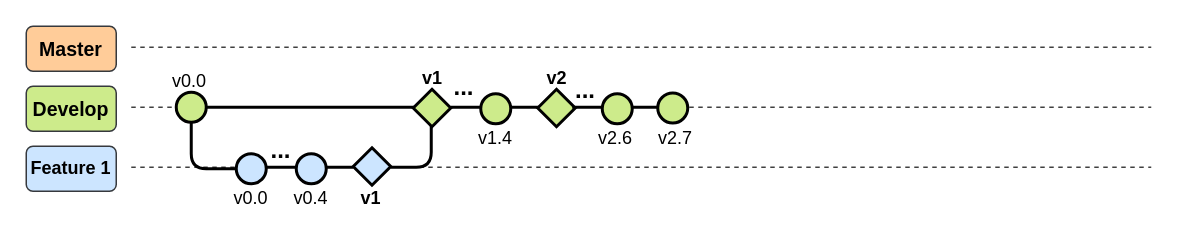
Earlier version of the draw.io diagram page "Develop" (2 of 3) of 03_ImagenesRepo/01_GitFlow.drawio (LEOSZ8/Tesis_Msc_LSZ). Source tidied: cells renumbered, new cells numbered last; positions are measured from the earlier drawing's top-left corner, leaving out a move shared by most shapes. Both pictures are drawn from the tidied source at 150%, with x=0, y=0 at pixel (26, 26).
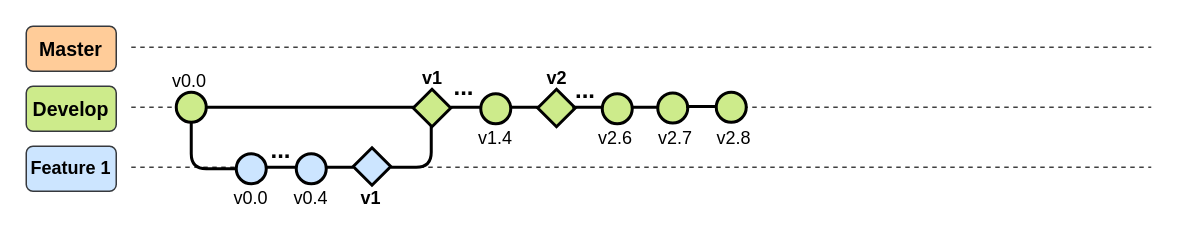
After the change.

Diff of the diagram source:
```diff
@@
+    <mxCell id="38" style="edgeStyle=orthogonalEdgeStyle;rounded=0;orthogonalLoop=1;jettySize=auto;html=1;endArrow=none;endFill=0;strokeWidth=2;" parent="1" edge="1">
+      <mxGeometry relative="1" as="geometry">
+        <mxPoint x="440" y="53.5" as="sourcePoint" />
+        <mxPoint x="460" y="52.5" as="targetPoint" />
+      </mxGeometry>
+    </mxCell>
+    <mxCell id="39" style="ellipse;whiteSpace=wrap;html=1;fillColor=#CDEB8B;strokeColor=#000000;strokeWidth=2;" parent="1" vertex="1">
+      <mxGeometry x="460" y="44" width="20" height="20" as="geometry" />
+    </mxCell>
+    <mxCell id="40" value="v2.8" style="text;html=1;align=center;verticalAlign=middle;whiteSpace=wrap;rounded=0;" parent="1" vertex="1">
+      <mxGeometry x="457" y="69.5" width="30" height="10" as="geometry" />
+    </mxCell>
```
